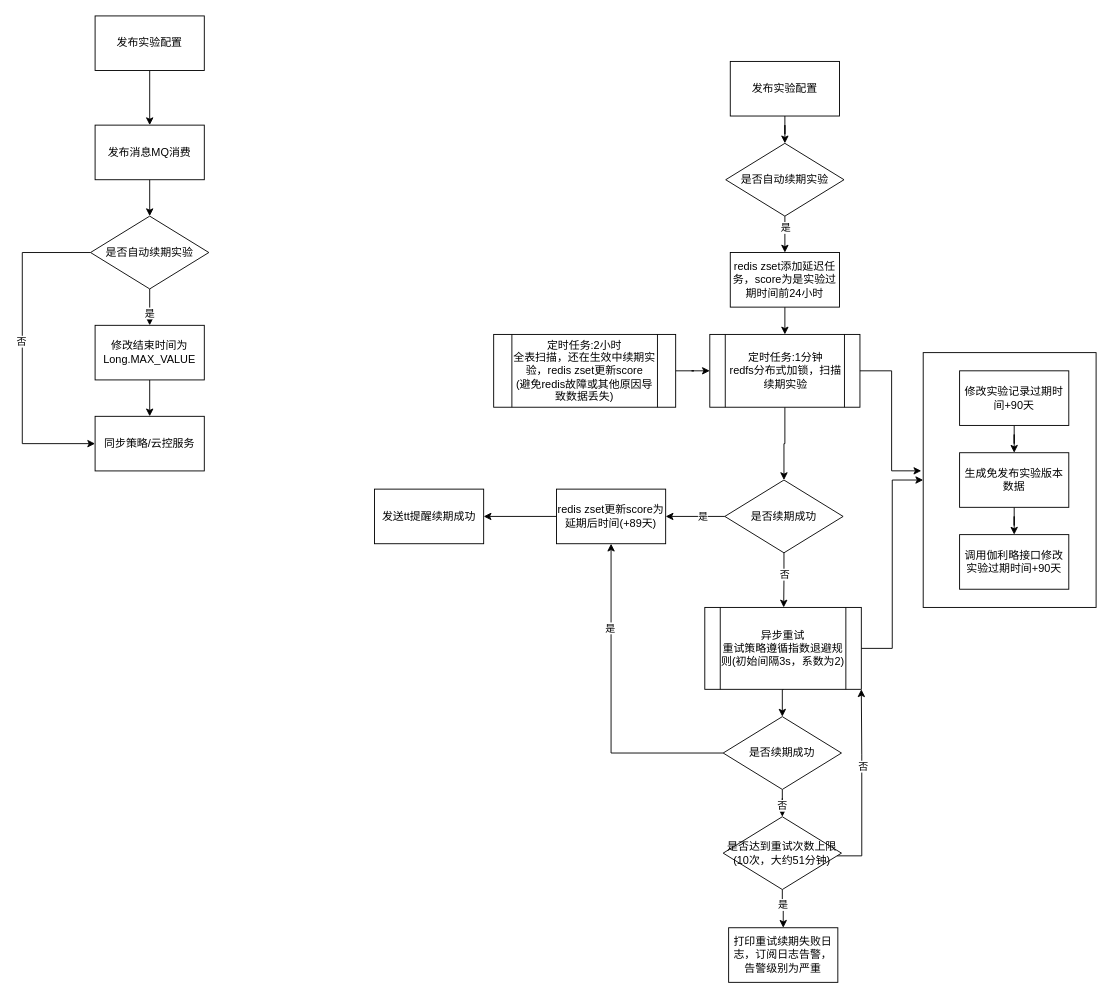
The draw.io diagram 未命名绘图.drawio in shenjun89/esa-commons, before the edit. Source tidied: cells renumbered, new cells numbered last; positions are measured from the earlier drawing's top-left corner, leaving out a move shared by most shapes. Both pictures are drawn from the tidied source at 91%, with x=0, y=0 at pixel (22, 15).
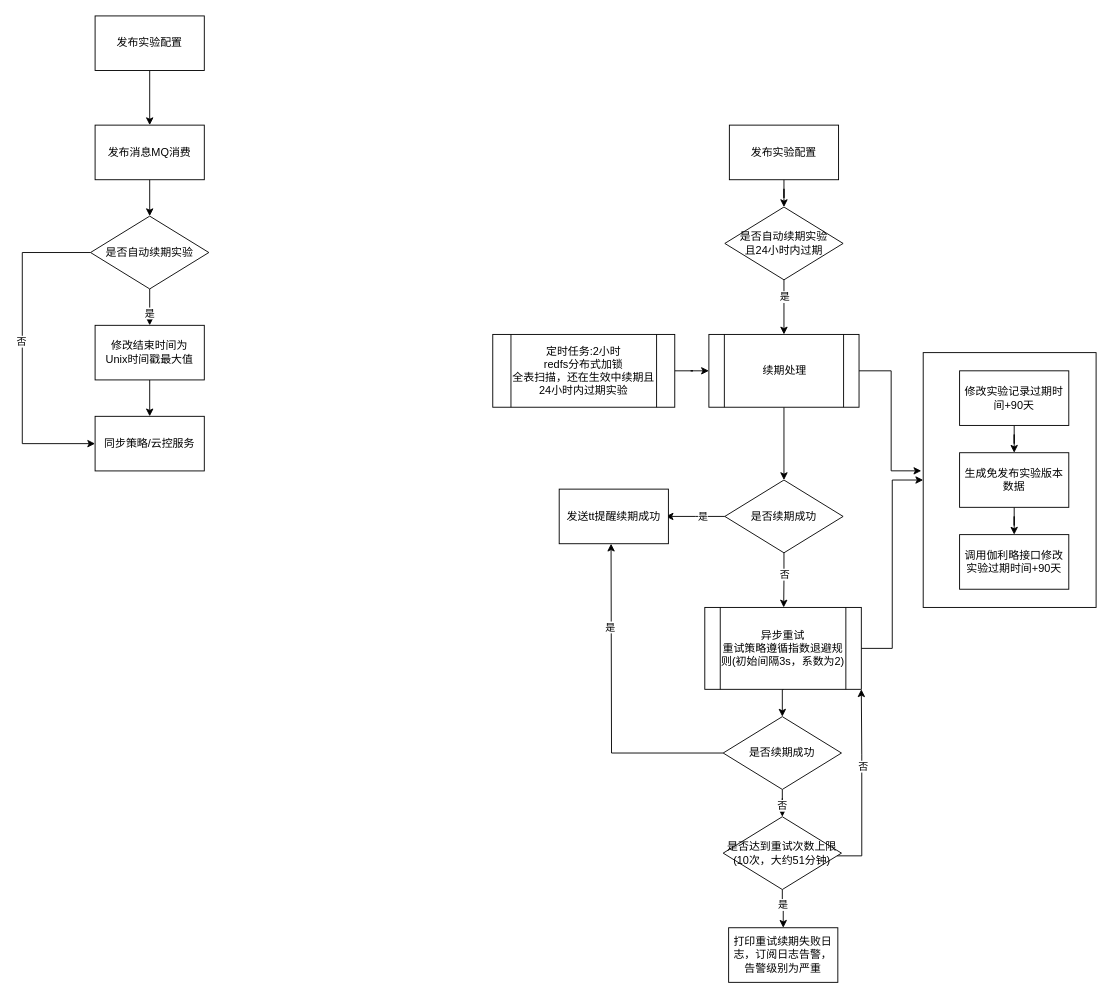
The same diagram, later.

Commit message:
更新未命名绘图.drawio

The change refers to these unchanged cells:
```xml
<mxCell id="33" value="是否续期成功" style="rhombus;whiteSpace=wrap;html=1;" parent="1" vertex="1">
  <mxGeometry x="772" y="510" width="130" height="80" as="geometry" />
</mxCell>
<mxCell id="43" value="是否续期成功" style="rhombus;whiteSpace=wrap;html=1;" parent="1" vertex="1">
  <mxGeometry x="770.2" y="770" width="130" height="80" as="geometry" />
</mxCell>
```

The edit, as a diff of the source:
```diff
@@
-    <mxCell id="14" value="修改结束时间为Long.MAX_VALUE" style="rounded=0;whiteSpace=wrap;html=1;" parent="1" vertex="1">
+    <mxCell id="14" value="修改结束时间为&lt;br&gt;Unix时间戳最大值" style="rounded=0;whiteSpace=wrap;html=1;" parent="1" vertex="1">
       <mxGeometry x="80" y="340" width="120" height="60" as="geometry" />
     </mxCell>
@@
     <mxCell id="16" value="发布实验配置" style="rounded=0;whiteSpace=wrap;html=1;" parent="1" vertex="1">
-      <mxGeometry x="778" y="50" width="120" height="60" as="geometry" />
+      <mxGeometry x="777" y="120" width="120" height="60" as="geometry" />
     </mxCell>
-    <mxCell id="17" style="edgeStyle=orthogonalEdgeStyle;rounded=0;jettySize=auto;html=1;entryX=0.5;entryY=0;entryDx=0;entryDy=0;" parent="1" edge="1" source="19" target="21">
+    <mxCell id="17" style="edgeStyle=orthogonalEdgeStyle;rounded=0;jettySize=auto;html=1;entryX=0.5;entryY=0;entryDx=0;entryDy=0;" parent="1" edge="1" source="19" target="23">
       <mxGeometry relative="1" as="geometry" />
     </mxCell>
@@
-    <mxCell id="19" value="是否自动续期实验" style="rhombus;whiteSpace=wrap;html=1;" parent="1" vertex="1">
-      <mxGeometry x="773" y="140" width="130" height="80" as="geometry" />
+    <mxCell id="19" value="是否自动续期实验&lt;div&gt;且24小时内过期&lt;/div&gt;" style="rhombus;whiteSpace=wrap;html=1;" parent="1" vertex="1">
+      <mxGeometry x="772" y="210" width="130" height="80" as="geometry" />
     </mxCell>
-    <mxCell id="20" style="edgeStyle=orthogonalEdgeStyle;rounded=0;jettySize=auto;html=1;exitX=0.5;exitY=1;exitDx=0;exitDy=0;entryX=0.5;entryY=0;entryDx=0;entryDy=0;" parent="1" edge="1" source="21" target="23">
-      <mxGeometry relative="1" as="geometry" />
-    </mxCell>
-    <mxCell id="21" value="redis zset添加延迟任务，score为是实验过期时间前24小时" style="rounded=0;whiteSpace=wrap;html=1;" parent="1" vertex="1">
-      <mxGeometry x="778" y="260" width="120" height="60" as="geometry" />
-    </mxCell>
@@
-    <mxCell id="23" value="定时任务:1分钟&lt;div&gt;redfs分布式加锁，扫描续期实验&lt;/div&gt;" style="shape=process;whiteSpace=wrap;html=1;backgroundOutline=1;" parent="1" vertex="1">
-      <mxGeometry x="755.5" y="350" width="165" height="80" as="geometry" />
+    <mxCell id="23" value="续期处理" style="shape=process;whiteSpace=wrap;html=1;backgroundOutline=1;" parent="1" vertex="1">
+      <mxGeometry x="754.5" y="350" width="165" height="80" as="geometry" />
     </mxCell>
@@
-    <mxCell id="29" style="edgeStyle=orthogonalEdgeStyle;rounded=0;jettySize=auto;html=1;entryX=1;entryY=0.5;entryDx=0;entryDy=0;" parent="1" edge="1" source="33" target="35">
-      <mxGeometry relative="1" as="geometry" />
+    <mxCell id="29" style="edgeStyle=orthogonalEdgeStyle;rounded=0;jettySize=auto;html=1;entryX=1;entryY=0.5;entryDx=0;entryDy=0;" parent="1" edge="1" source="33">
+      <mxGeometry relative="1" as="geometry">
+        <mxPoint x="707" y="550" as="targetPoint" />
+      </mxGeometry>
     </mxCell>
@@
-    <mxCell id="34" style="edgeStyle=orthogonalEdgeStyle;rounded=0;jettySize=auto;html=1;" parent="1" edge="1" source="35" target="51">
-      <mxGeometry relative="1" as="geometry" />
-    </mxCell>
-    <mxCell id="35" value="redis zset更新score为延期后时间(+89天)" style="rounded=0;whiteSpace=wrap;html=1;" parent="1" vertex="1">
-      <mxGeometry x="587" y="520" width="120" height="60" as="geometry" />
-    </mxCell>
@@
-    <mxCell id="39" style="edgeStyle=orthogonalEdgeStyle;rounded=0;jettySize=auto;html=1;exitX=0;exitY=0.5;exitDx=0;exitDy=0;" parent="1" edge="1" source="43" target="35">
-      <mxGeometry relative="1" as="geometry" />
+    <mxCell id="39" style="edgeStyle=orthogonalEdgeStyle;rounded=0;jettySize=auto;html=1;exitX=0;exitY=0.5;exitDx=0;exitDy=0;" parent="1" edge="1" source="43">
+      <mxGeometry relative="1" as="geometry">
+        <mxPoint x="647" y="580" as="targetPoint" />
+      </mxGeometry>
     </mxCell>
@@
     <mxCell id="51" value="发送tt提醒续期成功" style="rounded=0;whiteSpace=wrap;html=1;" parent="1" vertex="1">
-      <mxGeometry x="387" y="520" width="120" height="60" as="geometry" />
+      <mxGeometry x="590" y="520" width="120" height="60" as="geometry" />
     </mxCell>
@@
-    <mxCell id="53" value="定时任务:2小时&lt;div&gt;全表扫描，还在生效中续期实验，redis zset更新score&lt;/div&gt;&lt;div&gt;(避免redis故障或其他原因导致数据丢失)&lt;/div&gt;" style="shape=process;whiteSpace=wrap;html=1;backgroundOutline=1;" parent="1" vertex="1">
-      <mxGeometry x="518" y="350" width="200" height="80" as="geometry" />
+    <mxCell id="53" value="定时任务:2小时&lt;div&gt;redfs分布式加锁&lt;br&gt;&lt;div&gt;全表扫描，还在生效中续期且24小时内过期实验&lt;/div&gt;&lt;/div&gt;" style="shape=process;whiteSpace=wrap;html=1;backgroundOutline=1;" parent="1" vertex="1">
+      <mxGeometry x="517" y="350" width="200" height="80" as="geometry" />
     </mxCell>
```
